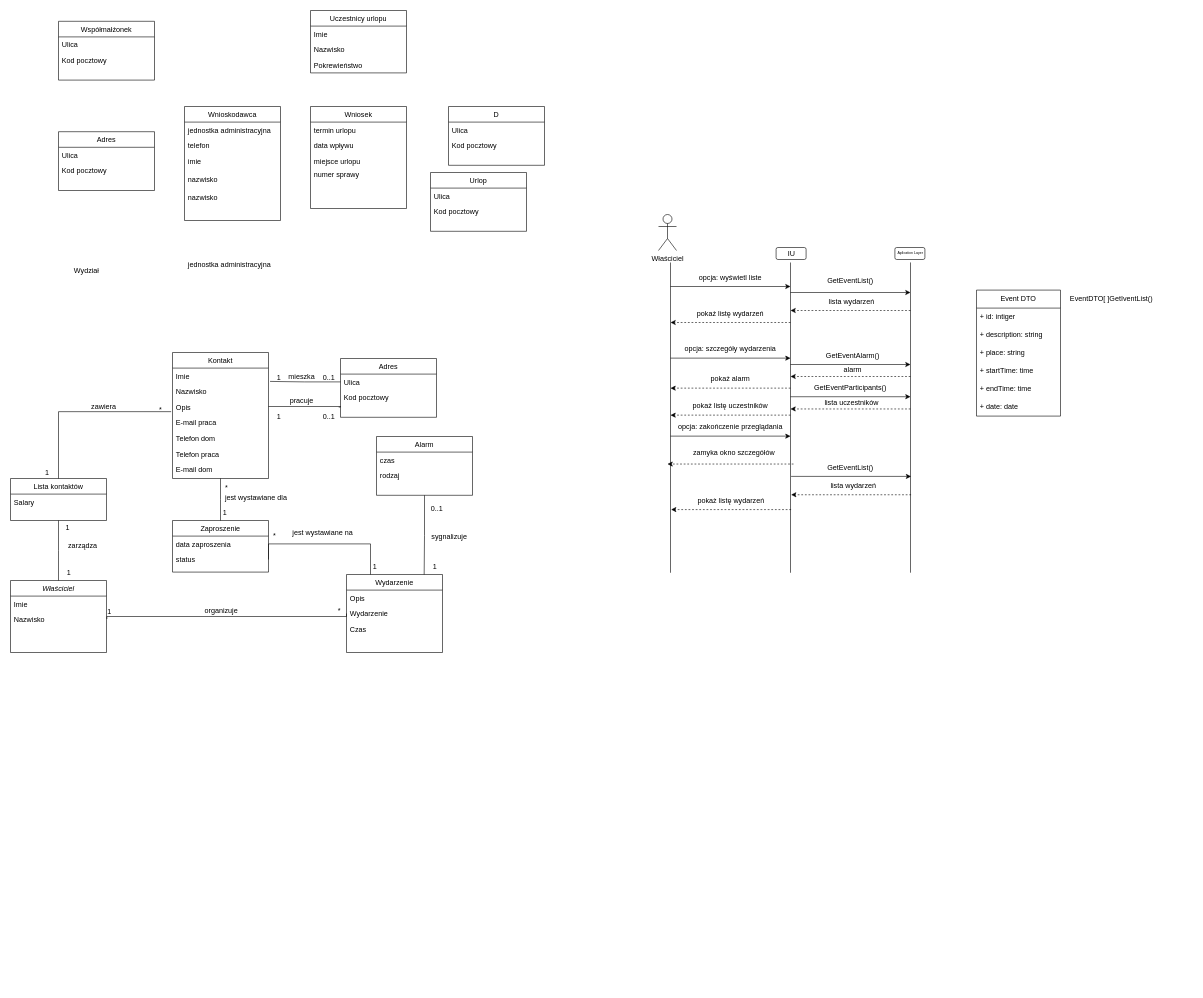
The draw.io diagram AiPSIpr2.drawio in cocacolaja/Studia, before the edit. Source tidied: cells renumbered, new cells numbered last; positions are measured from the earlier drawing's top-left corner, leaving out a move shared by most shapes. Both pictures are drawn from the tidied source at 60%, with x=0, y=0 at pixel (10, 10).
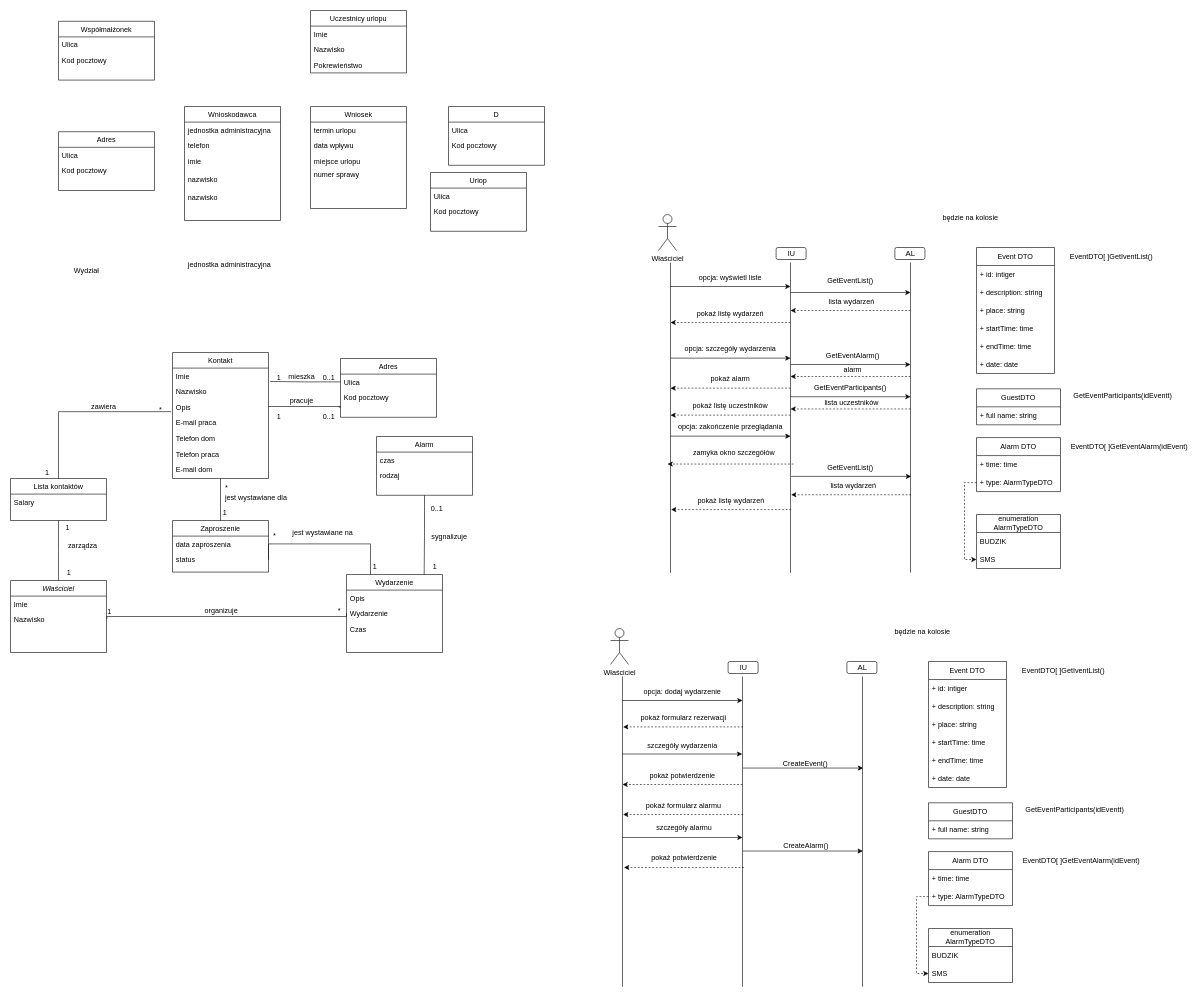
The same diagram, later.

What changed in the source:
```diff
@@
-    <mxCell id="96" value="&lt;font style=&quot;font-size: 6px;&quot;&gt;Aplication Layer&lt;/font&gt;" style="text;html=1;whiteSpace=wrap;strokeColor=none;fillColor=none;align=center;verticalAlign=middle;rounded=0;" parent="1" vertex="1">
-      <mxGeometry x="1470" y="387" width="60" height="30" as="geometry" />
+    <mxCell id="96" value="&lt;font style=&quot;font-size: 13px;&quot;&gt;AL&lt;/font&gt;" style="text;html=1;whiteSpace=wrap;strokeColor=none;fillColor=none;align=center;verticalAlign=middle;rounded=0;" parent="1" vertex="1">
+      <mxGeometry x="1470" y="390" width="60" height="30" as="geometry" />
     </mxCell>
@@
     <mxCell id="128" value="Event DTO" style="swimlane;fontStyle=0;horizontal=1;startSize=30;whiteSpace=wrap;html=1;" parent="1" vertex="1">
-      <mxGeometry x="1610" y="466" width="140" height="210" as="geometry" />
+      <mxGeometry x="1610" y="395" width="130" height="210" as="geometry" />
     </mxCell>
     <mxCell id="129" value="+ id: intiger" style="text;strokeColor=none;fillColor=none;align=left;verticalAlign=middle;spacingLeft=4;spacingRight=4;overflow=hidden;whiteSpace=wrap;html=1;" parent="128" vertex="1">
-      <mxGeometry y="30" width="140" height="30" as="geometry" />
+      <mxGeometry y="30" width="130" height="30" as="geometry" />
     </mxCell>
     <mxCell id="130" value="+ description: string" style="text;strokeColor=none;fillColor=none;align=left;verticalAlign=middle;spacingLeft=4;spacingRight=4;overflow=hidden;whiteSpace=wrap;html=1;" parent="128" vertex="1">
-      <mxGeometry y="60" width="140" height="30" as="geometry" />
+      <mxGeometry y="60" width="130" height="30" as="geometry" />
     </mxCell>
     <mxCell id="131" value="+ place: string" style="text;strokeColor=none;fillColor=none;align=left;verticalAlign=middle;spacingLeft=4;spacingRight=4;overflow=hidden;whiteSpace=wrap;html=1;" parent="128" vertex="1">
-      <mxGeometry y="90" width="140" height="30" as="geometry" />
+      <mxGeometry y="90" width="130" height="30" as="geometry" />
     </mxCell>
     <mxCell id="132" value="+ startTime: time" style="text;strokeColor=none;fillColor=none;align=left;verticalAlign=middle;spacingLeft=4;spacingRight=4;overflow=hidden;whiteSpace=wrap;html=1;" parent="128" vertex="1">
-      <mxGeometry y="120" width="140" height="30" as="geometry" />
+      <mxGeometry y="120" width="130" height="30" as="geometry" />
     </mxCell>
     <mxCell id="133" value="+ endTime: time" style="text;strokeColor=none;fillColor=none;align=left;verticalAlign=middle;spacingLeft=4;spacingRight=4;overflow=hidden;whiteSpace=wrap;html=1;" parent="128" vertex="1">
-      <mxGeometry y="150" width="140" height="30" as="geometry" />
+      <mxGeometry y="150" width="130" height="30" as="geometry" />
     </mxCell>
     <mxCell id="134" value="+ date: date" style="text;strokeColor=none;fillColor=none;align=left;verticalAlign=middle;spacingLeft=4;spacingRight=4;overflow=hidden;whiteSpace=wrap;html=1;" parent="128" vertex="1">
-      <mxGeometry y="180" width="140" height="30" as="geometry" />
+      <mxGeometry y="180" width="130" height="30" as="geometry" />
     </mxCell>
     <mxCell id="135" value="EventDTO[ ]GetIventList()" style="text;html=1;whiteSpace=wrap;strokeColor=none;fillColor=none;align=center;verticalAlign=middle;rounded=0;" parent="1" vertex="1">
-      <mxGeometry x="1760" y="466" width="150" height="30" as="geometry" />
+      <mxGeometry x="1760" y="395" width="150" height="30" as="geometry" />
     </mxCell>
@@
+    <mxCell id="137" value="Alarm DTO" style="swimlane;fontStyle=0;horizontal=1;startSize=30;whiteSpace=wrap;html=1;" parent="1" vertex="1">
+      <mxGeometry x="1610" y="711.8" width="140" height="90" as="geometry" />
+    </mxCell>
+    <mxCell id="138" value="+ time: time" style="text;strokeColor=none;fillColor=none;align=left;verticalAlign=middle;spacingLeft=4;spacingRight=4;overflow=hidden;whiteSpace=wrap;html=1;" parent="137" vertex="1">
+      <mxGeometry y="30" width="140" height="30" as="geometry" />
+    </mxCell>
+    <mxCell id="139" value="+ type: AlarmTypeDTO" style="text;strokeColor=none;fillColor=none;align=left;verticalAlign=middle;spacingLeft=4;spacingRight=4;overflow=hidden;points=[[0,0.5],[1,0.5]];portConstraint=eastwest;whiteSpace=wrap;html=1;" parent="137" vertex="1">
+      <mxGeometry y="60" width="140" height="30" as="geometry" />
+    </mxCell>
+    <mxCell id="140" value="EventDTO[ ]GetEventAlarm(idEvent)" style="text;html=1;whiteSpace=wrap;strokeColor=none;fillColor=none;align=center;verticalAlign=middle;rounded=0;" parent="1" vertex="1">
+      <mxGeometry x="1760" y="711.8" width="210" height="30" as="geometry" />
+    </mxCell>
+    <mxCell id="141" value="enumeration&lt;div&gt;AlarmTypeDTO&lt;/div&gt;" style="swimlane;fontStyle=0;horizontal=1;startSize=30;whiteSpace=wrap;html=1;" parent="1" vertex="1">
+      <mxGeometry x="1610" y="840" width="140" height="90" as="geometry" />
+    </mxCell>
+    <mxCell id="142" value="BUDZIK" style="text;strokeColor=none;fillColor=none;align=left;verticalAlign=middle;spacingLeft=4;spacingRight=4;overflow=hidden;whiteSpace=wrap;html=1;" parent="141" vertex="1">
+      <mxGeometry y="30" width="140" height="30" as="geometry" />
+    </mxCell>
+    <mxCell id="143" value="SMS" style="text;strokeColor=none;fillColor=none;align=left;verticalAlign=middle;spacingLeft=4;spacingRight=4;overflow=hidden;points=[[0,0.5],[1,0.5]];portConstraint=eastwest;whiteSpace=wrap;html=1;" parent="141" vertex="1">
+      <mxGeometry y="60" width="140" height="30" as="geometry" />
+    </mxCell>
+    <mxCell id="144" style="edgeStyle=orthogonalEdgeStyle;rounded=0;jettySize=auto;html=1;entryX=0;entryY=0.5;entryDx=0;entryDy=0;dashed=1;" parent="1" edge="1" source="139" target="143">
+      <mxGeometry relative="1" as="geometry" />
+    </mxCell>
+    <mxCell id="145" value="GetEventParticipants(idEventt)" style="text;html=1;whiteSpace=wrap;strokeColor=none;fillColor=none;align=center;verticalAlign=middle;rounded=0;" parent="1" vertex="1">
+      <mxGeometry x="1749" y="628.4" width="210" height="30" as="geometry" />
+    </mxCell>
+    <mxCell id="146" value="GuestDTO" style="swimlane;fontStyle=0;horizontal=1;startSize=30;whiteSpace=wrap;html=1;" parent="1" vertex="1">
+      <mxGeometry x="1610" y="630.5" width="140" height="60" as="geometry" />
+    </mxCell>
+    <mxCell id="147" value="+ full name: string" style="text;strokeColor=none;fillColor=none;align=left;verticalAlign=middle;spacingLeft=4;spacingRight=4;overflow=hidden;whiteSpace=wrap;html=1;" parent="146" vertex="1">
+      <mxGeometry y="30" width="140" height="30" as="geometry" />
+    </mxCell>
+    <mxCell id="148" value="będzie na kolosie" style="text;html=1;whiteSpace=wrap;strokeColor=none;fillColor=none;align=center;verticalAlign=middle;rounded=0;" parent="1" vertex="1">
+      <mxGeometry x="1530" y="330" width="140" height="30" as="geometry" />
+    </mxCell>
+    <mxCell id="149" style="endArrow=none;html=1;rounded=0;" parent="1" edge="1">
+      <mxGeometry relative="1" as="geometry">
+        <mxPoint x="1020" y="1627.1" as="sourcePoint" />
+        <mxPoint x="1020" y="1110" as="targetPoint" />
+      </mxGeometry>
+    </mxCell>
+    <mxCell id="150" style="endArrow=none;html=1;rounded=0;" parent="1" edge="1">
+      <mxGeometry relative="1" as="geometry">
+        <mxPoint x="1220" y="1627.1" as="sourcePoint" />
+        <mxPoint x="1220" y="1110" as="targetPoint" />
+      </mxGeometry>
+    </mxCell>
+    <mxCell id="151" style="endArrow=none;html=1;rounded=0;" parent="1" edge="1">
+      <mxGeometry relative="1" as="geometry">
+        <mxPoint x="1420" y="1627" as="sourcePoint" />
+        <mxPoint x="1420" y="1109.9" as="targetPoint" />
+      </mxGeometry>
+    </mxCell>
+    <mxCell id="152" value="Właściciel" style="shape=umlActor;verticalLabelPosition=bottom;verticalAlign=top;html=1;" parent="1" vertex="1">
+      <mxGeometry x="1000" y="1030" width="30" height="60" as="geometry" />
+    </mxCell>
+    <mxCell id="153" style="rounded=1;whiteSpace=wrap;html=1;" parent="1" vertex="1">
+      <mxGeometry x="1196" y="1085" width="50" height="20" as="geometry" />
+    </mxCell>
+    <mxCell id="154" value="IU" style="text;html=1;whiteSpace=wrap;strokeColor=none;fillColor=none;align=center;verticalAlign=middle;rounded=0;" parent="1" vertex="1">
+      <mxGeometry x="1192" y="1080" width="60" height="30" as="geometry" />
+    </mxCell>
+    <mxCell id="155" style="rounded=1;whiteSpace=wrap;html=1;" parent="1" vertex="1">
+      <mxGeometry x="1394" y="1085" width="50" height="20" as="geometry" />
+    </mxCell>
+    <mxCell id="156" value="&lt;font style=&quot;font-size: 13px;&quot;&gt;AL&lt;/font&gt;" style="text;html=1;whiteSpace=wrap;strokeColor=none;fillColor=none;align=center;verticalAlign=middle;rounded=0;" parent="1" vertex="1">
+      <mxGeometry x="1390" y="1080" width="60" height="30" as="geometry" />
+    </mxCell>
+    <mxCell id="157" value="opcja: dodaj wydarzenie" style="text;html=1;whiteSpace=wrap;strokeColor=none;fillColor=none;align=center;verticalAlign=middle;rounded=0;" parent="1" vertex="1">
+      <mxGeometry x="1050" y="1120" width="140" height="30" as="geometry" />
+    </mxCell>
+    <mxCell id="158" value="szczegóły wydarzenia" style="text;html=1;whiteSpace=wrap;strokeColor=none;fillColor=none;align=center;verticalAlign=middle;rounded=0;" parent="1" vertex="1">
+      <mxGeometry x="1030" y="1210" width="180" height="30" as="geometry" />
+    </mxCell>
+    <mxCell id="159" style="endArrow=classic;html=1;rounded=0;" parent="1" edge="1">
+      <mxGeometry relative="1" as="geometry">
+        <mxPoint x="1020" y="1150" as="sourcePoint" />
+        <mxPoint x="1220" y="1150" as="targetPoint" />
+      </mxGeometry>
+    </mxCell>
+    <mxCell id="160" style="endArrow=classic;html=1;rounded=0;" parent="1" edge="1">
+      <mxGeometry relative="1" as="geometry">
+        <mxPoint x="1019.5" y="1239.2" as="sourcePoint" />
+        <mxPoint x="1219.5" y="1239.2" as="targetPoint" />
+      </mxGeometry>
+    </mxCell>
+    <mxCell id="161" style="endArrow=classic;html=1;rounded=0;" parent="1" edge="1">
+      <mxGeometry relative="1" as="geometry">
+        <mxPoint x="1221" y="1262.6" as="sourcePoint" />
+        <mxPoint x="1421" y="1262.6" as="targetPoint" />
+      </mxGeometry>
+    </mxCell>
+    <mxCell id="162" style="endArrow=classic;html=1;rounded=0;dashed=1;" parent="1" edge="1">
+      <mxGeometry relative="1" as="geometry">
+        <mxPoint x="1221" y="1194" as="sourcePoint" />
+        <mxPoint x="1021" y="1194" as="targetPoint" />
+      </mxGeometry>
+    </mxCell>
+    <mxCell id="163" value="pokaż formularz rezerwacji" style="text;html=1;whiteSpace=wrap;strokeColor=none;fillColor=none;align=center;verticalAlign=middle;rounded=0;" parent="1" vertex="1">
+      <mxGeometry x="1042" y="1164" width="160" height="30" as="geometry" />
+    </mxCell>
+    <mxCell id="164" value="CreateEvent()" style="text;html=1;whiteSpace=wrap;strokeColor=none;fillColor=none;align=center;verticalAlign=middle;rounded=0;" parent="1" vertex="1">
+      <mxGeometry x="1255" y="1240" width="140" height="30" as="geometry" />
+    </mxCell>
+    <mxCell id="165" style="endArrow=classic;html=1;rounded=0;dashed=1;" parent="1" edge="1">
+      <mxGeometry relative="1" as="geometry">
+        <mxPoint x="1220" y="1290" as="sourcePoint" />
+        <mxPoint x="1020" y="1290" as="targetPoint" />
+      </mxGeometry>
+    </mxCell>
+    <mxCell id="166" value="pokaż potwierdzenie" style="text;html=1;whiteSpace=wrap;strokeColor=none;fillColor=none;align=center;verticalAlign=middle;rounded=0;" parent="1" vertex="1">
+      <mxGeometry x="1050" y="1260" width="140" height="30" as="geometry" />
+    </mxCell>
+    <mxCell id="167" value="Event DTO" style="swimlane;fontStyle=0;horizontal=1;startSize=30;whiteSpace=wrap;html=1;" parent="1" vertex="1">
+      <mxGeometry x="1530" y="1085" width="130" height="210" as="geometry" />
+    </mxCell>
+    <mxCell id="168" value="+ id: intiger" style="text;strokeColor=none;fillColor=none;align=left;verticalAlign=middle;spacingLeft=4;spacingRight=4;overflow=hidden;whiteSpace=wrap;html=1;" parent="167" vertex="1">
+      <mxGeometry y="30" width="130" height="30" as="geometry" />
+    </mxCell>
+    <mxCell id="169" value="+ description: string" style="text;strokeColor=none;fillColor=none;align=left;verticalAlign=middle;spacingLeft=4;spacingRight=4;overflow=hidden;whiteSpace=wrap;html=1;" parent="167" vertex="1">
+      <mxGeometry y="60" width="130" height="30" as="geometry" />
+    </mxCell>
+    <mxCell id="170" value="+ place: string" style="text;strokeColor=none;fillColor=none;align=left;verticalAlign=middle;spacingLeft=4;spacingRight=4;overflow=hidden;whiteSpace=wrap;html=1;" parent="167" vertex="1">
+      <mxGeometry y="90" width="130" height="30" as="geometry" />
+    </mxCell>
+    <mxCell id="171" value="+ startTime: time" style="text;strokeColor=none;fillColor=none;align=left;verticalAlign=middle;spacingLeft=4;spacingRight=4;overflow=hidden;whiteSpace=wrap;html=1;" parent="167" vertex="1">
+      <mxGeometry y="120" width="130" height="30" as="geometry" />
+    </mxCell>
+    <mxCell id="172" value="+ endTime: time" style="text;strokeColor=none;fillColor=none;align=left;verticalAlign=middle;spacingLeft=4;spacingRight=4;overflow=hidden;whiteSpace=wrap;html=1;" parent="167" vertex="1">
+      <mxGeometry y="150" width="130" height="30" as="geometry" />
+    </mxCell>
+    <mxCell id="173" value="+ date: date" style="text;strokeColor=none;fillColor=none;align=left;verticalAlign=middle;spacingLeft=4;spacingRight=4;overflow=hidden;whiteSpace=wrap;html=1;" parent="167" vertex="1">
+      <mxGeometry y="180" width="130" height="30" as="geometry" />
+    </mxCell>
+    <mxCell id="174" value="EventDTO[ ]GetIventList()" style="text;html=1;whiteSpace=wrap;strokeColor=none;fillColor=none;align=center;verticalAlign=middle;rounded=0;" parent="1" vertex="1">
+      <mxGeometry x="1680" y="1085" width="150" height="30" as="geometry" />
+    </mxCell>
+    <mxCell id="175" value="Alarm DTO" style="swimlane;fontStyle=0;horizontal=1;startSize=30;whiteSpace=wrap;html=1;" parent="1" vertex="1">
+      <mxGeometry x="1530" y="1401.8" width="140" height="90" as="geometry" />
+    </mxCell>
+    <mxCell id="176" value="+ time: time" style="text;strokeColor=none;fillColor=none;align=left;verticalAlign=middle;spacingLeft=4;spacingRight=4;overflow=hidden;whiteSpace=wrap;html=1;" parent="175" vertex="1">
+      <mxGeometry y="30" width="140" height="30" as="geometry" />
+    </mxCell>
+    <mxCell id="177" value="+ type: AlarmTypeDTO" style="text;strokeColor=none;fillColor=none;align=left;verticalAlign=middle;spacingLeft=4;spacingRight=4;overflow=hidden;points=[[0,0.5],[1,0.5]];portConstraint=eastwest;whiteSpace=wrap;html=1;" parent="175" vertex="1">
+      <mxGeometry y="60" width="140" height="30" as="geometry" />
+    </mxCell>
+    <mxCell id="178" value="EventDTO[ ]GetEventAlarm(idEvent)" style="text;html=1;whiteSpace=wrap;strokeColor=none;fillColor=none;align=center;verticalAlign=middle;rounded=0;" parent="1" vertex="1">
+      <mxGeometry x="1680" y="1401.8" width="210" height="30" as="geometry" />
+    </mxCell>
+    <mxCell id="179" value="enumeration&lt;div&gt;AlarmTypeDTO&lt;/div&gt;" style="swimlane;fontStyle=0;horizontal=1;startSize=30;whiteSpace=wrap;html=1;" parent="1" vertex="1">
+      <mxGeometry x="1530" y="1530" width="140" height="90" as="geometry" />
+    </mxCell>
+    <mxCell id="180" value="BUDZIK" style="text;strokeColor=none;fillColor=none;align=left;verticalAlign=middle;spacingLeft=4;spacingRight=4;overflow=hidden;whiteSpace=wrap;html=1;" parent="179" vertex="1">
+      <mxGeometry y="30" width="140" height="30" as="geometry" />
+    </mxCell>
+    <mxCell id="181" value="SMS" style="text;strokeColor=none;fillColor=none;align=left;verticalAlign=middle;spacingLeft=4;spacingRight=4;overflow=hidden;points=[[0,0.5],[1,0.5]];portConstraint=eastwest;whiteSpace=wrap;html=1;" parent="179" vertex="1">
+      <mxGeometry y="60" width="140" height="30" as="geometry" />
+    </mxCell>
+    <mxCell id="182" style="edgeStyle=orthogonalEdgeStyle;rounded=0;jettySize=auto;html=1;entryX=0;entryY=0.5;entryDx=0;entryDy=0;dashed=1;" parent="1" edge="1" source="177" target="181">
+      <mxGeometry relative="1" as="geometry" />
+    </mxCell>
+    <mxCell id="183" value="GetEventParticipants(idEventt)" style="text;html=1;whiteSpace=wrap;strokeColor=none;fillColor=none;align=center;verticalAlign=middle;rounded=0;" parent="1" vertex="1">
+      <mxGeometry x="1669" y="1318.3" width="210" height="30" as="geometry" />
+    </mxCell>
+    <mxCell id="184" value="GuestDTO" style="swimlane;fontStyle=0;horizontal=1;startSize=30;whiteSpace=wrap;html=1;" parent="1" vertex="1">
+      <mxGeometry x="1530" y="1320.5" width="140" height="60" as="geometry" />
+    </mxCell>
+    <mxCell id="185" value="+ full name: string" style="text;strokeColor=none;fillColor=none;align=left;verticalAlign=middle;spacingLeft=4;spacingRight=4;overflow=hidden;whiteSpace=wrap;html=1;" parent="184" vertex="1">
+      <mxGeometry y="30" width="140" height="30" as="geometry" />
+    </mxCell>
+    <mxCell id="186" value="będzie na kolosie" style="text;html=1;whiteSpace=wrap;strokeColor=none;fillColor=none;align=center;verticalAlign=middle;rounded=0;" parent="1" vertex="1">
+      <mxGeometry x="1450" y="1020" width="140" height="30" as="geometry" />
+    </mxCell>
+    <mxCell id="187" style="endArrow=classic;html=1;rounded=0;dashed=1;" parent="1" edge="1">
+      <mxGeometry relative="1" as="geometry">
+        <mxPoint x="1221" y="1340" as="sourcePoint" />
+        <mxPoint x="1021" y="1340" as="targetPoint" />
+      </mxGeometry>
+    </mxCell>
+    <mxCell id="188" value="pokaż formularz alarmu" style="text;html=1;whiteSpace=wrap;strokeColor=none;fillColor=none;align=center;verticalAlign=middle;rounded=0;" parent="1" vertex="1">
+      <mxGeometry x="1042" y="1310" width="160" height="30" as="geometry" />
+    </mxCell>
+    <mxCell id="189" style="endArrow=classic;html=1;rounded=0;" parent="1" edge="1">
+      <mxGeometry relative="1" as="geometry">
+        <mxPoint x="1020" y="1378.3" as="sourcePoint" />
+        <mxPoint x="1220" y="1378.3" as="targetPoint" />
+      </mxGeometry>
+    </mxCell>
+    <mxCell id="190" value="szczegóły alarmu" style="text;html=1;whiteSpace=wrap;strokeColor=none;fillColor=none;align=center;verticalAlign=middle;rounded=0;" parent="1" vertex="1">
+      <mxGeometry x="1032.5" y="1348.3" width="180" height="30" as="geometry" />
+    </mxCell>
+    <mxCell id="191" style="endArrow=classic;html=1;rounded=0;" parent="1" edge="1">
+      <mxGeometry relative="1" as="geometry">
+        <mxPoint x="1220.5" y="1400.9" as="sourcePoint" />
+        <mxPoint x="1420.5" y="1400.9" as="targetPoint" />
+      </mxGeometry>
+    </mxCell>
+    <mxCell id="192" value="CreateAlarm()" style="text;html=1;whiteSpace=wrap;strokeColor=none;fillColor=none;align=center;verticalAlign=middle;rounded=0;" parent="1" vertex="1">
+      <mxGeometry x="1255.5" y="1378.3" width="140" height="30" as="geometry" />
+    </mxCell>
+    <mxCell id="193" style="endArrow=classic;html=1;rounded=0;dashed=1;" parent="1" edge="1">
+      <mxGeometry relative="1" as="geometry">
+        <mxPoint x="1222.5" y="1428.3" as="sourcePoint" />
+        <mxPoint x="1022.5" y="1428.3" as="targetPoint" />
+      </mxGeometry>
+    </mxCell>
+    <mxCell id="194" value="pokaż potwierdzenie" style="text;html=1;whiteSpace=wrap;strokeColor=none;fillColor=none;align=center;verticalAlign=middle;rounded=0;" parent="1" vertex="1">
+      <mxGeometry x="1052.5" y="1398.3" width="140" height="30" as="geometry" />
+    </mxCell>
```
